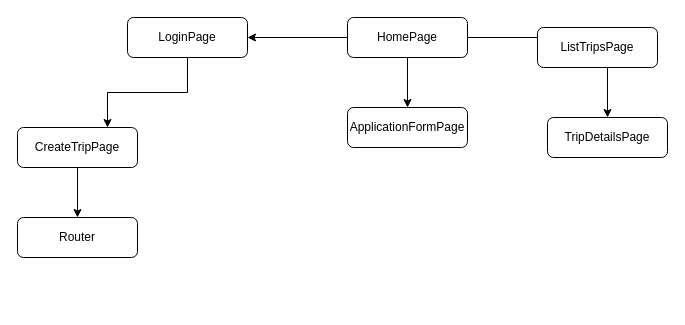
Above: semana10/Projeto/fluxograma.drawio in future4code/Thiago-Brito (draw.io), before the change. Source tidied: cells renumbered, new cells numbered last; positions are measured from the earlier drawing's top-left corner, leaving out a move shared by most shapes. Both pictures are drawn from the tidied source at 100%, with x=0, y=0 at pixel (17, 17).
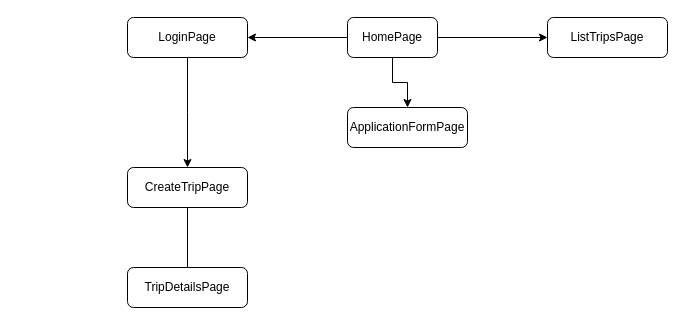
Above is the later version.

Commit message:
wireframe atualizado

What changed in the source:
```diff
@@
 <mxGraphModel>
   <root>
     <mxCell id="0" />
     <mxCell id="1" parent="0" />
     <mxCell id="2" style="edgeStyle=orthogonalEdgeStyle;rounded=0;jettySize=auto;html=1;" parent="1" edge="1" source="5" target="6">
       <mxGeometry relative="1" as="geometry" />
     </mxCell>
     <mxCell id="3" style="edgeStyle=orthogonalEdgeStyle;rounded=0;jettySize=auto;html=1;" parent="1" edge="1" source="5" target="12">
       <mxGeometry relative="1" as="geometry" />
     </mxCell>
-    <mxCell id="4" style="edgeStyle=orthogonalEdgeStyle;rounded=0;jettySize=auto;html=1;exitX=1;exitY=0.5;exitDx=0;exitDy=0;" parent="1" edge="1" source="5" target="10">
-      <mxGeometry relative="1" as="geometry" />
-    </mxCell>
+    <mxCell id="14" style="edgeStyle=orthogonalEdgeStyle;rounded=0;jettySize=auto;html=1;entryX=0;entryY=0.5;entryDx=0;entryDy=0;" parent="1" edge="1" source="5" target="9">
+      <mxGeometry relative="1" as="geometry" />
+    </mxCell>
     <mxCell id="5" value="HomePage" style="rounded=1;whiteSpace=wrap;html=1;fontSize=12;glass=0;strokeWidth=1;shadow=0;" parent="1" vertex="1">
-      <mxGeometry x="330" width="120" height="40" as="geometry" />
+      <mxGeometry x="330" width="90" height="40" as="geometry" />
     </mxCell>
     <mxCell id="6" value="ApplicationFormPage" style="rounded=1;whiteSpace=wrap;html=1;fontSize=12;glass=0;strokeWidth=1;shadow=0;" parent="1" vertex="1">
       <mxGeometry x="330" y="90" width="120" height="40" as="geometry" />
     </mxCell>
-    <mxCell id="7" style="edgeStyle=orthogonalEdgeStyle;rounded=0;jettySize=auto;html=1;" parent="1" edge="1" source="8" target="13">
-      <mxGeometry relative="1" as="geometry" />
-    </mxCell>
+    <mxCell id="15" style="edgeStyle=orthogonalEdgeStyle;rounded=0;jettySize=auto;html=1;" parent="1" edge="1" source="8">
+      <mxGeometry relative="1" as="geometry">
+        <mxPoint x="170" y="260" as="targetPoint" />
+        <Array as="points">
+          <mxPoint x="170" y="250" />
+        </Array>
+      </mxGeometry>
+    </mxCell>
     <mxCell id="8" value="CreateTripPage" style="rounded=1;whiteSpace=wrap;html=1;fontSize=12;glass=0;strokeWidth=1;shadow=0;" parent="1" vertex="1">
-      <mxGeometry y="110" width="120" height="40" as="geometry" />
+      <mxGeometry x="110" y="150" width="120" height="40" as="geometry" />
     </mxCell>
     <mxCell id="9" value="ListTripsPage" style="rounded=1;whiteSpace=wrap;html=1;fontSize=12;glass=0;strokeWidth=1;shadow=0;" parent="1" vertex="1">
-      <mxGeometry x="520" y="10" width="120" height="40" as="geometry" />
+      <mxGeometry x="530" width="120" height="40" as="geometry" />
     </mxCell>
     <mxCell id="10" value="TripDetailsPage" style="rounded=1;whiteSpace=wrap;html=1;" parent="1" vertex="1">
-      <mxGeometry x="530" y="100" width="120" height="40" as="geometry" />
+      <mxGeometry x="110" y="250" width="120" height="40" as="geometry" />
     </mxCell>
-    <mxCell id="11" style="edgeStyle=orthogonalEdgeStyle;rounded=0;jettySize=auto;html=1;entryX=0.75;entryY=0;entryDx=0;entryDy=0;" parent="1" edge="1" source="12" target="8">
-      <mxGeometry relative="1" as="geometry" />
+    <mxCell id="11" style="edgeStyle=orthogonalEdgeStyle;rounded=0;jettySize=auto;html=1;" parent="1" edge="1" source="12">
+      <mxGeometry relative="1" as="geometry">
+        <mxPoint x="170" y="150" as="targetPoint" />
+      </mxGeometry>
     </mxCell>
     <mxCell id="12" value="LoginPage" style="rounded=1;whiteSpace=wrap;html=1;fontSize=12;glass=0;strokeWidth=1;shadow=0;" parent="1" vertex="1">
       <mxGeometry x="110" width="120" height="40" as="geometry" />
     </mxCell>
-    <mxCell id="13" value="Router" style="rounded=1;whiteSpace=wrap;html=1;fontSize=12;glass=0;strokeWidth=1;shadow=0;" parent="1" vertex="1">
-      <mxGeometry y="200" width="120" height="40" as="geometry" />
-    </mxCell>
   </root>
 </mxGraphModel>
```
